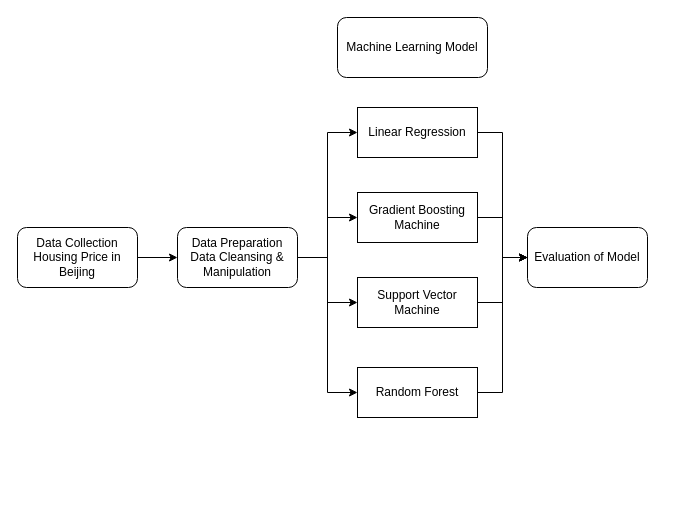
Earlier version of the draw.io diagram Untitled Diagram.drawio (Simjiayik/DataAnalytics). Source tidied: cells renumbered, new cells numbered last; positions are measured from the earlier drawing's top-left corner, leaving out a move shared by most shapes. Both pictures are drawn from the tidied source at 100%, with x=0, y=0 at pixel (17, 17).
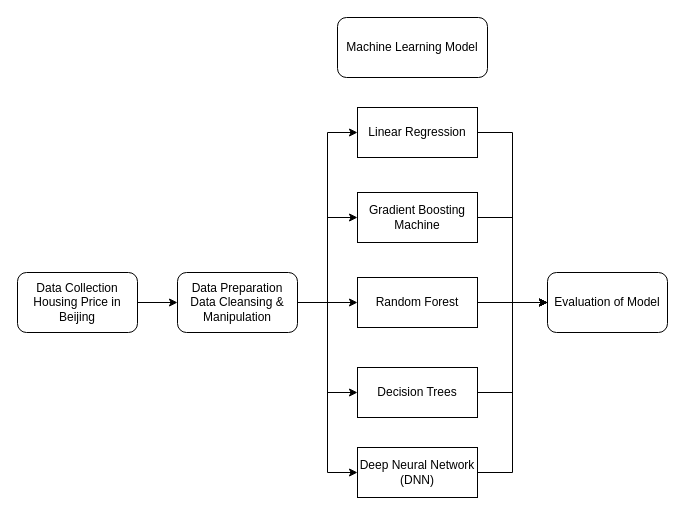
Above is the later version.

Commit message:
Data Analysis

The edit, as a diff of the source:
```diff
@@
     <mxCell id="3" value="Data Collection&lt;br&gt;Housing Price in Beijing" style="rounded=1;whiteSpace=wrap;html=1;" parent="1" vertex="1">
-      <mxGeometry y="210" width="120" height="60" as="geometry" />
+      <mxGeometry y="255" width="120" height="60" as="geometry" />
     </mxCell>
@@
+    <mxCell id="19" style="edgeStyle=orthogonalEdgeStyle;rounded=0;jettySize=auto;html=1;entryX=0;entryY=0.5;entryDx=0;entryDy=0;" parent="1" edge="1" source="8" target="21">
+      <mxGeometry relative="1" as="geometry" />
+    </mxCell>
     <mxCell id="8" value="Data Preparation&lt;br&gt;Data Cleansing &amp;amp; Manipulation" style="rounded=1;whiteSpace=wrap;html=1;" parent="1" vertex="1">
-      <mxGeometry x="160" y="210" width="120" height="60" as="geometry" />
+      <mxGeometry x="160" y="255" width="120" height="60" as="geometry" />
     </mxCell>
@@
-    <mxCell id="15" value="Support Vector Machine" style="rounded=0;whiteSpace=wrap;html=1;" parent="1" vertex="1">
+    <mxCell id="15" value="Random Forest" style="rounded=0;whiteSpace=wrap;html=1;" parent="1" vertex="1">
       <mxGeometry x="340" y="260" width="120" height="50" as="geometry" />
     </mxCell>
@@
-    <mxCell id="17" value="Random Forest" style="rounded=0;whiteSpace=wrap;html=1;" parent="1" vertex="1">
+    <mxCell id="17" value="Decision Trees" style="rounded=0;whiteSpace=wrap;html=1;" parent="1" vertex="1">
       <mxGeometry x="340" y="350" width="120" height="50" as="geometry" />
     </mxCell>
     <mxCell id="18" value="Evaluation of Model" style="rounded=1;whiteSpace=wrap;html=1;" parent="1" vertex="1">
-      <mxGeometry x="510" y="210" width="120" height="60" as="geometry" />
+      <mxGeometry x="530" y="255" width="120" height="60" as="geometry" />
     </mxCell>
+    <mxCell id="20" style="edgeStyle=orthogonalEdgeStyle;rounded=0;jettySize=auto;html=1;entryX=0;entryY=0.5;entryDx=0;entryDy=0;" parent="1" edge="1" source="21" target="18">
+      <mxGeometry relative="1" as="geometry" />
+    </mxCell>
+    <mxCell id="21" value="Deep Neural Network (DNN)" style="rounded=0;whiteSpace=wrap;html=1;" parent="1" vertex="1">
+      <mxGeometry x="340" y="430" width="120" height="50" as="geometry" />
+    </mxCell>
```
